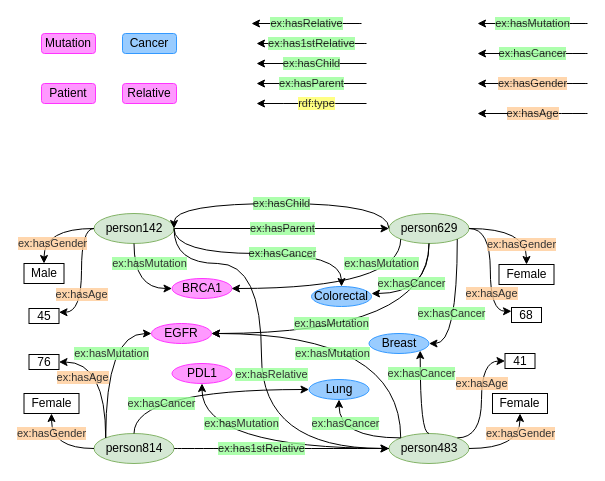
The draw.io diagram Untitled Diagram.drawio in jason-huanghao/drawio_graphs, before the edit. Source tidied: cells renumbered, new cells numbered last; positions are measured from the earlier drawing's top-left corner, leaving out a move shared by most shapes. Both pictures are drawn from the tidied source at 100%, with x=0, y=0 at pixel (23, 23).
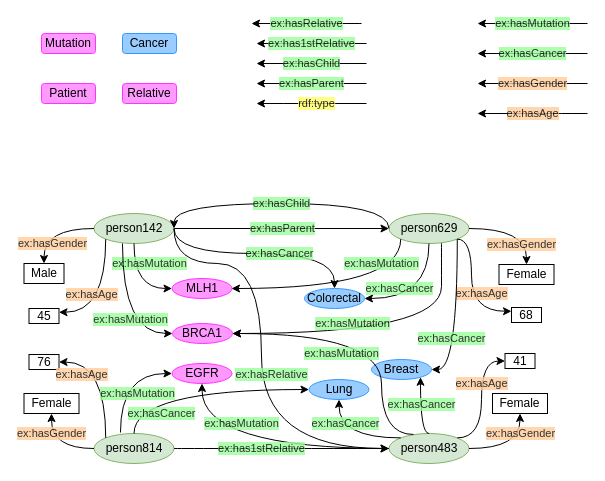
Above is the later version.

The change refers to these unchanged cells:
```xml
<mxCell id="3" value="person142" style="ellipse;whiteSpace=wrap;html=1;fillColor=#d5e8d4;strokeColor=#82b366;" parent="1" vertex="1">
  <mxGeometry x="70.5" y="190" width="80" height="30" as="geometry" />
</mxCell>
<mxCell id="4" value="person629" style="ellipse;whiteSpace=wrap;html=1;fillColor=#d5e8d4;strokeColor=#82b366;" parent="1" vertex="1">
  <mxGeometry x="365.5" y="190" width="80" height="30" as="geometry" />
</mxCell>
<mxCell id="6" value="45" style="rounded=0;whiteSpace=wrap;html=1;" parent="1" vertex="1">
  <mxGeometry x="5.5" y="285" width="30" height="15" as="geometry" />
</mxCell>
<mxCell id="15" value="person483" style="ellipse;whiteSpace=wrap;html=1;fillColor=#d5e8d4;strokeColor=#82b366;" parent="1" vertex="1">
  <mxGeometry x="365.5" y="410" width="80" height="30" as="geometry" />
</mxCell>
<mxCell id="16" value="person814" style="ellipse;whiteSpace=wrap;html=1;fillColor=#d5e8d4;strokeColor=#82b366;" parent="1" vertex="1">
  <mxGeometry x="70.5" y="410" width="80" height="30" as="geometry" />
</mxCell>
<mxCell id="17" value="68" style="rounded=0;whiteSpace=wrap;html=1;" parent="1" vertex="1">
  <mxGeometry x="488" y="284" width="30" height="15" as="geometry" />
</mxCell>
<mxCell id="18" value="Lung" style="ellipse;whiteSpace=wrap;html=1;fillColor=#99CCFF;strokeColor=#3399FF;" parent="1" vertex="1">
  <mxGeometry x="285.5" y="356" width="60" height="20" as="geometry" />
</mxCell>
<mxCell id="37" value="76" style="rounded=0;whiteSpace=wrap;html=1;" parent="1" vertex="1">
  <mxGeometry x="5.5" y="331" width="30" height="15" as="geometry" />
</mxCell>
```

Diff of the diagram source:
```diff
@@
-    <mxCell id="12" value="EGFR" style="ellipse;whiteSpace=wrap;html=1;fillColor=#FF99FF;strokeColor=#FF33FF;" parent="1" vertex="1">
-      <mxGeometry x="128" y="300" width="60" height="20" as="geometry" />
+    <mxCell id="12" value="BRCA1" style="ellipse;whiteSpace=wrap;html=1;fillColor=#FF99FF;strokeColor=#FF33FF;" parent="1" vertex="1">
+      <mxGeometry x="149" y="300" width="60" height="20" as="geometry" />
     </mxCell>
-    <mxCell id="13" value="BRCA1" style="ellipse;whiteSpace=wrap;html=1;fillColor=#FF99FF;strokeColor=#FF33FF;" parent="1" vertex="1">
+    <mxCell id="13" value="MLH1" style="ellipse;whiteSpace=wrap;html=1;fillColor=#FF99FF;strokeColor=#FF33FF;" parent="1" vertex="1">
       <mxGeometry x="148.5" y="255" width="60" height="20" as="geometry" />
     </mxCell>
@@
     <mxCell id="19" value="Breast" style="ellipse;whiteSpace=wrap;html=1;fillColor=#99CCFF;strokeColor=#3399FF;" parent="1" vertex="1">
-      <mxGeometry x="345.5" y="310" width="60" height="20" as="geometry" />
+      <mxGeometry x="348" y="336" width="60" height="20" as="geometry" />
     </mxCell>
     <mxCell id="20" value="Colorectal" style="ellipse;whiteSpace=wrap;html=1;fillColor=#99CCFF;strokeColor=#3399FF;" parent="1" vertex="1">
-      <mxGeometry x="288" y="263" width="60" height="20" as="geometry" />
+      <mxGeometry x="281" y="265" width="60" height="20" as="geometry" />
     </mxCell>
@@
-    <mxCell id="23" value="PDL1" style="ellipse;whiteSpace=wrap;html=1;fillColor=#FF99FF;strokeColor=#FF33FF;" parent="1" vertex="1">
+    <mxCell id="23" value="EGFR" style="ellipse;whiteSpace=wrap;html=1;fillColor=#FF99FF;strokeColor=#FF33FF;" parent="1" vertex="1">
       <mxGeometry x="148.5" y="340" width="60" height="20" as="geometry" />
     </mxCell>
@@
-    <mxCell id="29" value="&lt;span style=&quot;&quot;&gt;ex:hasAge&lt;/span&gt;" style="edgeStyle=orthogonalEdgeStyle;rounded=0;jettySize=auto;html=1;exitX=0;exitY=0.5;exitDx=0;exitDy=0;curved=1;labelBackgroundColor=#FFCC99;entryX=1;entryY=0.25;entryDx=0;entryDy=0;textOpacity=80;" parent="1" edge="1" source="3" target="6">
-      <mxGeometry x="0.3" relative="1" as="geometry">
+    <mxCell id="29" value="&lt;span style=&quot;&quot;&gt;ex:hasAge&lt;/span&gt;" style="edgeStyle=orthogonalEdgeStyle;rounded=0;jettySize=auto;html=1;exitX=0;exitY=1;exitDx=0;exitDy=0;curved=1;labelBackgroundColor=#FFCC99;entryX=1;entryY=0.25;entryDx=0;entryDy=0;textOpacity=80;" parent="1" edge="1" source="3" target="6">
+      <mxGeometry x="-0.09" y="-14" relative="1" as="geometry">
         <Array as="points">
-          <mxPoint x="58" y="205" />
-          <mxPoint x="58" y="289" />
+          <mxPoint x="82" y="289" />
         </Array>
-        <mxPoint y="1" as="offset" />
       </mxGeometry>
     </mxCell>
-    <mxCell id="30" value="&lt;span style=&quot;&quot;&gt;ex:hasAge&lt;/span&gt;" style="edgeStyle=orthogonalEdgeStyle;rounded=0;jettySize=auto;html=1;exitX=1;exitY=0.5;exitDx=0;exitDy=0;curved=1;labelBackgroundColor=#FFCC99;entryX=0;entryY=0.25;entryDx=0;entryDy=0;textOpacity=80;" parent="1" edge="1" source="4" target="17">
-      <mxGeometry x="0.38" y="1" relative="1" as="geometry" />
+    <mxCell id="30" value="&lt;span style=&quot;&quot;&gt;ex:hasAge&lt;/span&gt;" style="edgeStyle=orthogonalEdgeStyle;rounded=0;jettySize=auto;html=1;exitX=1;exitY=1;exitDx=0;exitDy=0;curved=1;labelBackgroundColor=#FFCC99;entryX=0;entryY=0.25;entryDx=0;entryDy=0;textOpacity=80;" parent="1" edge="1" source="4" target="17">
+      <mxGeometry x="0.09" y="10" relative="1" as="geometry">
+        <Array as="points">
+          <mxPoint x="448" y="216" />
+          <mxPoint x="448" y="288" />
+        </Array>
+      </mxGeometry>
     </mxCell>
@@
     <mxCell id="38" value="&lt;span style=&quot;&quot;&gt;ex:hasAge&lt;/span&gt;" style="edgeStyle=orthogonalEdgeStyle;rounded=0;jettySize=auto;html=1;exitX=0;exitY=0;exitDx=0;exitDy=0;curved=1;labelBackgroundColor=#FFCC99;entryX=1;entryY=0.5;entryDx=0;entryDy=0;textOpacity=80;" parent="1" edge="1" source="16" target="37">
-      <mxGeometry x="0.61" y="15" relative="1" as="geometry">
+      <mxGeometry x="0.63" y="12" relative="1" as="geometry">
         <Array as="points">
           <mxPoint x="82" y="339" />
         </Array>
       </mxGeometry>
     </mxCell>
@@
-    <mxCell id="42" value="ex:hasMutation" style="edgeStyle=orthogonalEdgeStyle;rounded=0;jettySize=auto;html=1;exitX=0.5;exitY=1;exitDx=0;exitDy=0;curved=1;labelBackgroundColor=#99FF99;entryX=1;entryY=0.5;entryDx=0;entryDy=0;textOpacity=80;" parent="1" edge="1" source="4" target="12">
+    <mxCell id="42" value="ex:hasMutation" style="edgeStyle=orthogonalEdgeStyle;rounded=0;jettySize=auto;html=1;curved=1;labelBackgroundColor=#99FF99;entryX=1;entryY=0.5;entryDx=0;entryDy=0;textOpacity=80;" parent="1" edge="1" target="12">
       <mxGeometry x="0.22" y="-10" relative="1" as="geometry">
+        <mxPoint x="418" y="220" as="sourcePoint" />
         <Array as="points">
-          <mxPoint x="406" y="310" />
+          <mxPoint x="418" y="216" />
+          <mxPoint x="418" y="310" />
         </Array>
       </mxGeometry>
     </mxCell>
-    <mxCell id="43" value="ex:hasCancer" style="edgeStyle=orthogonalEdgeStyle;rounded=0;jettySize=auto;html=1;exitX=0.5;exitY=1;exitDx=0;exitDy=0;curved=1;labelBackgroundColor=#99FF99;textOpacity=80;" parent="1" edge="1" source="4">
-      <mxGeometry x="0.26" y="-10" relative="1" as="geometry">
-        <mxPoint x="348" y="270" as="targetPoint" />
+    <mxCell id="43" value="ex:hasCancer" style="edgeStyle=orthogonalEdgeStyle;rounded=0;jettySize=auto;html=1;exitX=0.5;exitY=1;exitDx=0;exitDy=0;curved=1;labelBackgroundColor=#99FF99;textOpacity=80;entryX=1;entryY=0.5;entryDx=0;entryDy=0;" parent="1" edge="1" source="4" target="20">
+      <mxGeometry x="0.44" y="-10" relative="1" as="geometry">
         <Array as="points">
-          <mxPoint x="406" y="270" />
+          <mxPoint x="406" y="275" />
         </Array>
+        <mxPoint x="1" as="offset" />
       </mxGeometry>
     </mxCell>
-    <mxCell id="44" value="ex:hasMutation" style="edgeStyle=orthogonalEdgeStyle;rounded=0;jettySize=auto;html=1;curved=1;labelBackgroundColor=#99FF99;entryX=1;entryY=0.5;entryDx=0;entryDy=0;textOpacity=80;exitX=0;exitY=0;exitDx=0;exitDy=0;" parent="1" edge="1" source="15" target="12">
-      <mxGeometry x="0.18" y="20" relative="1" as="geometry">
+    <mxCell id="44" value="ex:hasMutation" style="edgeStyle=orthogonalEdgeStyle;rounded=0;jettySize=auto;html=1;curved=1;labelBackgroundColor=#99FF99;entryX=1;entryY=0.5;entryDx=0;entryDy=0;textOpacity=80;exitX=0.306;exitY=0.033;exitDx=0;exitDy=0;exitPerimeter=0;" parent="1" edge="1" source="15" target="12">
+      <mxGeometry x="0.23" y="20" relative="1" as="geometry">
         <Array as="points">
-          <mxPoint x="377" y="310" />
+          <mxPoint x="358" y="411" />
+          <mxPoint x="358" y="310" />
         </Array>
       </mxGeometry>
     </mxCell>
-    <mxCell id="45" value="ex:hasCancer" style="edgeStyle=orthogonalEdgeStyle;rounded=0;jettySize=auto;html=1;exitX=0.5;exitY=0;exitDx=0;exitDy=0;curved=1;labelBackgroundColor=#99FF99;textOpacity=80;entryX=1;entryY=1;entryDx=0;entryDy=0;" parent="1" edge="1" source="15" target="19">
-      <mxGeometry x="0.5" y="-1" relative="1" as="geometry">
+    <mxCell id="45" value="ex:hasCancer" style="edgeStyle=orthogonalEdgeStyle;rounded=0;jettySize=auto;html=1;exitX=0.5;exitY=0;exitDx=0;exitDy=0;curved=1;labelBackgroundColor=#99FF99;textOpacity=80;" parent="1" edge="1" source="15" target="19">
+      <mxGeometry x="0.19" y="-1" relative="1" as="geometry">
         <Array as="points">
           <mxPoint x="397" y="410" />
         </Array>
+        <mxPoint y="1" as="offset" />
       </mxGeometry>
     </mxCell>
-    <mxCell id="46" value="ex:hasMutation" style="edgeStyle=orthogonalEdgeStyle;rounded=0;jettySize=auto;html=1;exitX=0;exitY=0;exitDx=0;exitDy=0;curved=1;labelBackgroundColor=#99FF99;entryX=0;entryY=0.5;entryDx=0;entryDy=0;textOpacity=80;" parent="1" edge="1" source="16" target="12">
-      <mxGeometry x="0.46" y="-20" relative="1" as="geometry">
+    <mxCell id="46" value="ex:hasMutation" style="edgeStyle=orthogonalEdgeStyle;rounded=0;jettySize=auto;html=1;exitX=0.331;exitY=-0.033;exitDx=0;exitDy=0;curved=1;labelBackgroundColor=#99FF99;entryX=0;entryY=0.5;entryDx=0;entryDy=0;textOpacity=80;exitPerimeter=0;" parent="1" edge="1" source="16" target="23">
+      <mxGeometry x="0.38" y="-20" relative="1" as="geometry">
         <Array as="points">
-          <mxPoint x="82" y="310" />
+          <mxPoint x="97" y="350" />
         </Array>
       </mxGeometry>
     </mxCell>
     <mxCell id="47" value="ex:hasCancer" style="edgeStyle=orthogonalEdgeStyle;rounded=0;jettySize=auto;html=1;exitX=0.5;exitY=0;exitDx=0;exitDy=0;curved=1;labelBackgroundColor=#99FF99;entryX=0;entryY=0.5;entryDx=0;entryDy=0;textOpacity=80;" parent="1" edge="1" source="16" target="18">
-      <mxGeometry x="-0.35" y="-14" relative="1" as="geometry">
+      <mxGeometry x="-0.35" y="-24" relative="1" as="geometry">
         <Array as="points">
           <mxPoint x="111" y="366" />
         </Array>
       </mxGeometry>
     </mxCell>
@@
     <mxCell id="51" value="ex:hasCancer" style="edgeStyle=orthogonalEdgeStyle;rounded=0;jettySize=auto;html=1;exitX=1;exitY=1;exitDx=0;exitDy=0;curved=1;labelBackgroundColor=#99FF99;entryX=1;entryY=0.5;entryDx=0;entryDy=0;textOpacity=80;" parent="1" edge="1" source="4" target="19">
-      <mxGeometry x="0.12" y="-6" relative="1" as="geometry" />
+      <mxGeometry x="0.27" y="-6" relative="1" as="geometry" />
     </mxCell>
@@
     <mxCell id="56" value="ex:hasCancer" style="edgeStyle=orthogonalEdgeStyle;rounded=0;jettySize=auto;html=1;exitX=1;exitY=0.5;exitDx=0;exitDy=0;curved=1;labelBackgroundColor=#99FF99;entryX=0.5;entryY=0;entryDx=0;entryDy=0;textOpacity=80;" parent="1" edge="1" source="3" target="20">
       <mxGeometry x="0.18" relative="1" as="geometry">
         <Array as="points">
           <mxPoint x="151" y="230" />
-          <mxPoint x="318" y="230" />
+          <mxPoint x="311" y="230" />
         </Array>
       </mxGeometry>
     </mxCell>
+    <mxCell id="57" value="ex:hasMutation" style="edgeStyle=orthogonalEdgeStyle;rounded=0;jettySize=auto;html=1;exitX=0.356;exitY=1;exitDx=0;exitDy=0;curved=1;labelBackgroundColor=#99FF99;entryX=0;entryY=0.5;entryDx=0;entryDy=0;textOpacity=80;exitPerimeter=0;" parent="1" edge="1" source="3" target="12">
+      <mxGeometry x="0.09" y="8" relative="1" as="geometry" />
+    </mxCell>
```
